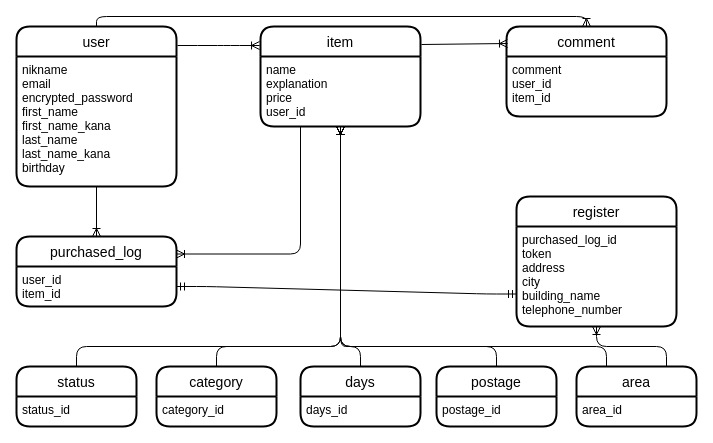
Earlier version of the draw.io diagram furima.dio (hidekazuyamamoto/furima-36384). Source tidied: cells renumbered, new cells numbered last; positions are measured from the earlier drawing's top-left corner, leaving out a move shared by most shapes. Both pictures are drawn from the tidied source at 100%, with x=0, y=0 at pixel (16, 26).
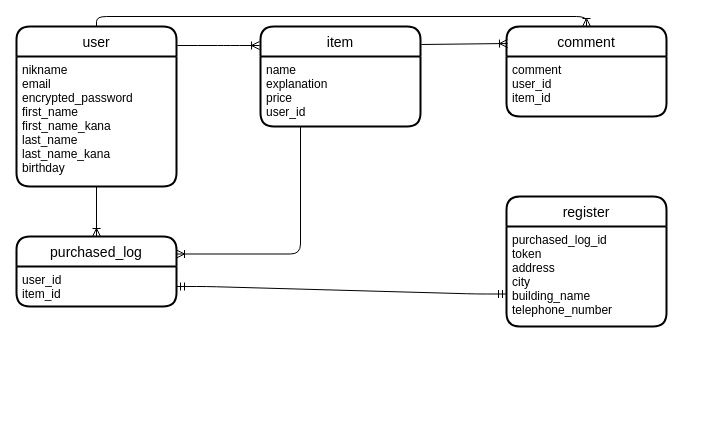
The same diagram, later.

Commit message (it also covers changes not shown here):
データベース設計修正（8/4 14:25）

The change refers to these unchanged cells:
```xml
<mxCell id="5" value="name&#10;explanation&#10;price&#10;user_id" style="align=left;strokeColor=none;fillColor=none;spacingLeft=4;fontSize=12;verticalAlign=top;" parent="4" vertex="1">
  <mxGeometry y="30" width="160" height="70" as="geometry" />
</mxCell>
<mxCell id="11" value="purchased_log_id&#10;token&#10;address&#10;city&#10;building_name&#10;telephone_number" style="align=left;strokeColor=none;fillColor=none;spacingLeft=4;fontSize=12;verticalAlign=top;" parent="10" vertex="1">
  <mxGeometry y="30" width="160" height="100" as="geometry" />
</mxCell>
```

Change to the diagram source:
```diff
@@
     <mxCell id="10" value="register" style="swimlane;horizontal=1;startSize=30;rounded=1;fontSize=14;fontStyle=0;strokeWidth=2;shadow=0;dashed=0;align=center;" parent="1" vertex="1">
-      <mxGeometry x="500" y="170" width="160" height="130" as="geometry" />
+      <mxGeometry x="490" y="170" width="160" height="130" as="geometry" />
     </mxCell>
@@
-    <mxCell id="12" value="area" style="swimlane;horizontal=1;startSize=30;rounded=1;fontSize=14;fontStyle=0;strokeWidth=2;shadow=0;dashed=0;align=center;" parent="1" vertex="1">
-      <mxGeometry x="560" y="340" width="120" height="60" as="geometry" />
-    </mxCell>
-    <mxCell id="13" value="area_id" style="align=left;strokeColor=none;fillColor=none;spacingLeft=4;fontSize=12;verticalAlign=top;" parent="12" vertex="1">
-      <mxGeometry y="30" width="120" height="30" as="geometry" />
-    </mxCell>
-    <mxCell id="14" value="category" style="swimlane;horizontal=1;startSize=30;rounded=1;fontSize=14;fontStyle=0;strokeWidth=2;shadow=0;dashed=0;align=center;" parent="1" vertex="1">
-      <mxGeometry x="140" y="340" width="120" height="60" as="geometry" />
-    </mxCell>
-    <mxCell id="15" value="category_id" style="align=left;strokeColor=none;fillColor=none;spacingLeft=4;fontSize=12;verticalAlign=top;" parent="14" vertex="1">
-      <mxGeometry y="30" width="120" height="30" as="geometry" />
-    </mxCell>
-    <mxCell id="16" value="status" style="swimlane;horizontal=1;startSize=30;rounded=1;fontSize=14;fontStyle=0;strokeWidth=2;shadow=0;dashed=0;align=center;" parent="1" vertex="1">
-      <mxGeometry y="340" width="120" height="60" as="geometry" />
-    </mxCell>
-    <mxCell id="17" value="status_id" style="align=left;strokeColor=none;fillColor=none;spacingLeft=4;fontSize=12;verticalAlign=top;" parent="16" vertex="1">
-      <mxGeometry y="30" width="120" height="30" as="geometry" />
-    </mxCell>
-    <mxCell id="18" value="postage" style="swimlane;horizontal=1;startSize=30;rounded=1;fontSize=14;fontStyle=0;strokeWidth=2;shadow=0;dashed=0;align=center;" parent="1" vertex="1">
-      <mxGeometry x="420" y="340" width="120" height="60" as="geometry" />
-    </mxCell>
-    <mxCell id="19" value="postage_id" style="align=left;strokeColor=none;fillColor=none;spacingLeft=4;fontSize=12;verticalAlign=top;" parent="18" vertex="1">
-      <mxGeometry y="30" width="120" height="30" as="geometry" />
-    </mxCell>
-    <mxCell id="20" value="days" style="swimlane;horizontal=1;startSize=30;rounded=1;fontSize=14;fontStyle=0;strokeWidth=2;shadow=0;dashed=0;align=center;" parent="1" vertex="1">
-      <mxGeometry x="284" y="340" width="120" height="60" as="geometry" />
-    </mxCell>
-    <mxCell id="21" value="days_id" style="align=left;strokeColor=none;fillColor=none;spacingLeft=4;fontSize=12;verticalAlign=top;" parent="20" vertex="1">
-      <mxGeometry y="30" width="120" height="30" as="geometry" />
-    </mxCell>
@@
-    <mxCell id="27" style="edgeStyle=orthogonalEdgeStyle;fontSize=12;html=1;endArrow=ERoneToMany;exitX=0.5;exitY=0;exitDx=0;exitDy=0;entryX=0.5;entryY=1;entryDx=0;entryDy=0;" parent="1" edge="1" source="16" target="5">
-      <mxGeometry relative="1" as="geometry">
-        <Array as="points">
-          <mxPoint x="60" y="320" />
-          <mxPoint x="324" y="320" />
-        </Array>
-      </mxGeometry>
-    </mxCell>
-    <mxCell id="28" style="edgeStyle=orthogonalEdgeStyle;fontSize=12;html=1;endArrow=ERoneToMany;exitX=0.5;exitY=0;exitDx=0;exitDy=0;entryX=0.5;entryY=1;entryDx=0;entryDy=0;" parent="1" edge="1" source="14" target="5">
-      <mxGeometry relative="1" as="geometry">
-        <Array as="points">
-          <mxPoint x="200" y="320" />
-          <mxPoint x="324" y="320" />
-        </Array>
-      </mxGeometry>
-    </mxCell>
-    <mxCell id="29" style="edgeStyle=orthogonalEdgeStyle;fontSize=12;html=1;endArrow=ERoneToMany;entryX=0.5;entryY=1;entryDx=0;entryDy=0;exitX=0.5;exitY=0;exitDx=0;exitDy=0;" parent="1" edge="1" source="20" target="5">
-      <mxGeometry relative="1" as="geometry">
-        <Array as="points">
-          <mxPoint x="344" y="320" />
-          <mxPoint x="324" y="320" />
-        </Array>
-      </mxGeometry>
-    </mxCell>
-    <mxCell id="30" style="edgeStyle=orthogonalEdgeStyle;fontSize=12;html=1;endArrow=ERoneToMany;entryX=0.5;entryY=1;entryDx=0;entryDy=0;exitX=0.5;exitY=0;exitDx=0;exitDy=0;" parent="1" edge="1" source="18" target="5">
-      <mxGeometry relative="1" as="geometry">
-        <Array as="points">
-          <mxPoint x="480" y="320" />
-          <mxPoint x="324" y="320" />
-        </Array>
-      </mxGeometry>
-    </mxCell>
-    <mxCell id="31" style="edgeStyle=orthogonalEdgeStyle;fontSize=12;html=1;endArrow=ERoneToMany;entryX=0.5;entryY=1;entryDx=0;entryDy=0;exitX=0.25;exitY=0;exitDx=0;exitDy=0;" parent="1" edge="1" source="12" target="5">
-      <mxGeometry relative="1" as="geometry">
-        <Array as="points">
-          <mxPoint x="590" y="320" />
-          <mxPoint x="324" y="320" />
-        </Array>
-      </mxGeometry>
-    </mxCell>
@@
-    <mxCell id="33" style="edgeStyle=orthogonalEdgeStyle;fontSize=12;html=1;endArrow=ERoneToMany;exitX=0.75;exitY=0;exitDx=0;exitDy=0;entryX=0.5;entryY=1;entryDx=0;entryDy=0;" parent="1" edge="1" source="12" target="11">
-      <mxGeometry relative="1" as="geometry" />
-    </mxCell>
```
